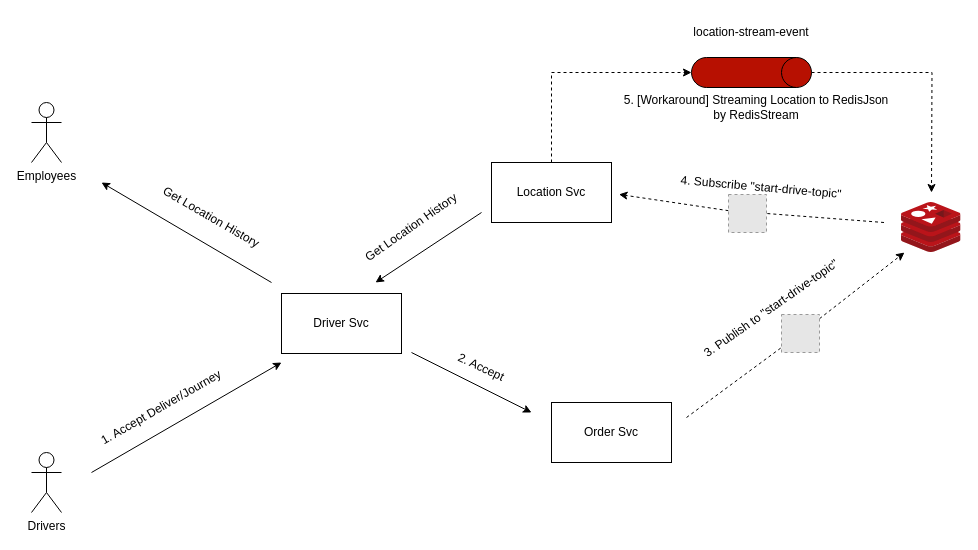
marttp/emp-friendly keeps this draw.io diagram as scenarios/AcceptOrderThenStartCollectLocation.drawio. Above is the earlier version. Source tidied: cells renumbered, new cells numbered last; positions are measured from the earlier drawing's top-left corner, leaving out a move shared by most shapes. Both pictures are drawn from the tidied source at 100%, with x=0, y=0 at pixel (31, 12). Pictures stored in the file or linked from it are replaced by grey dashed boxes.
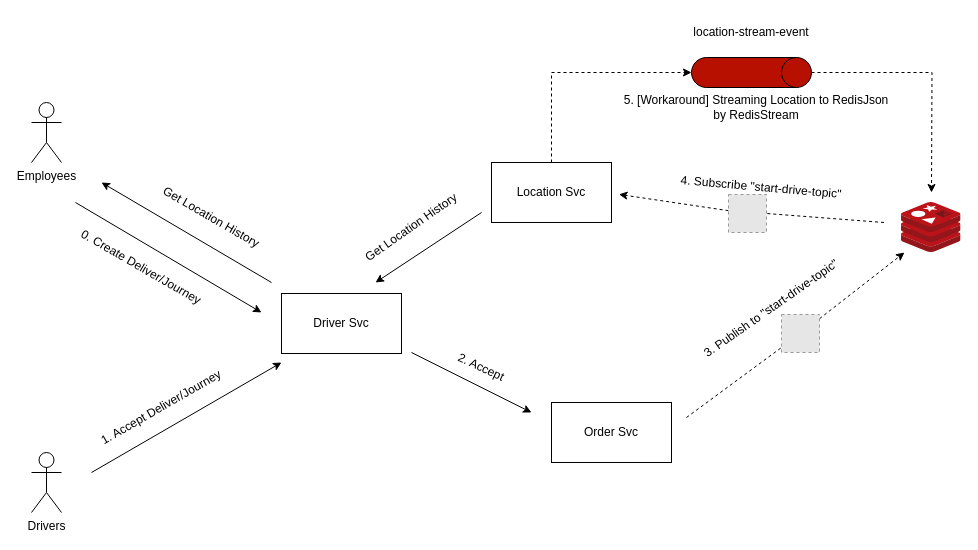
Above is the later version.

Commit message (it also covers changes not shown here):
Update documentation * Simple Diagram * Scenario Images * Add to README.md

The edit, as a diff of the source:
```diff
@@
+    <mxCell id="29" style="endArrow=classic;html=1;rounded=0;" parent="1" edge="1">
+      <mxGeometry relative="1" as="geometry">
+        <mxPoint x="44" y="190" as="sourcePoint" />
+        <mxPoint x="230" y="300" as="targetPoint" />
+      </mxGeometry>
+    </mxCell>
+    <mxCell id="30" value="0. Create Deliver/Journey" style="text;html=1;strokeColor=none;fillColor=none;align=center;verticalAlign=middle;whiteSpace=wrap;rounded=0;rotation=30;" parent="1" vertex="1">
+      <mxGeometry x="30" y="240" width="160" height="30" as="geometry" />
+    </mxCell>
```
